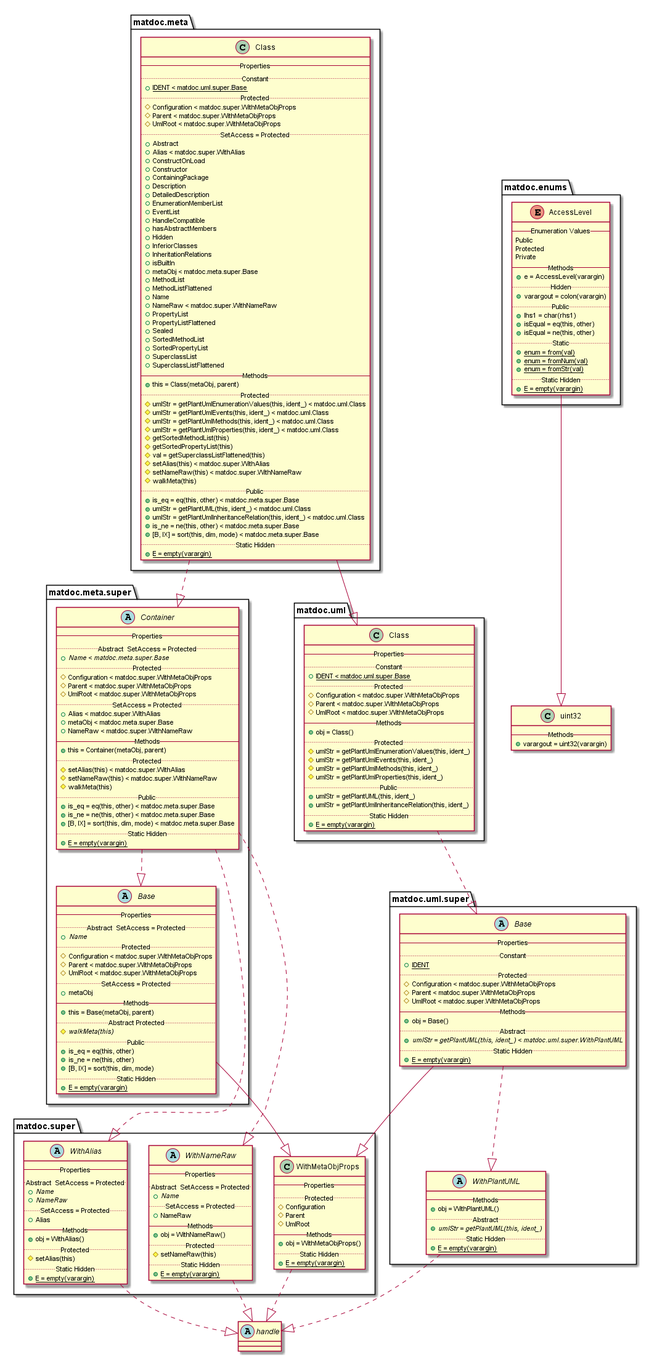
flxdot/matdoc keeps this PlantUML diagram as doc/uml-examples/export-class-HideEvents-true.png. Above is the earlier version.
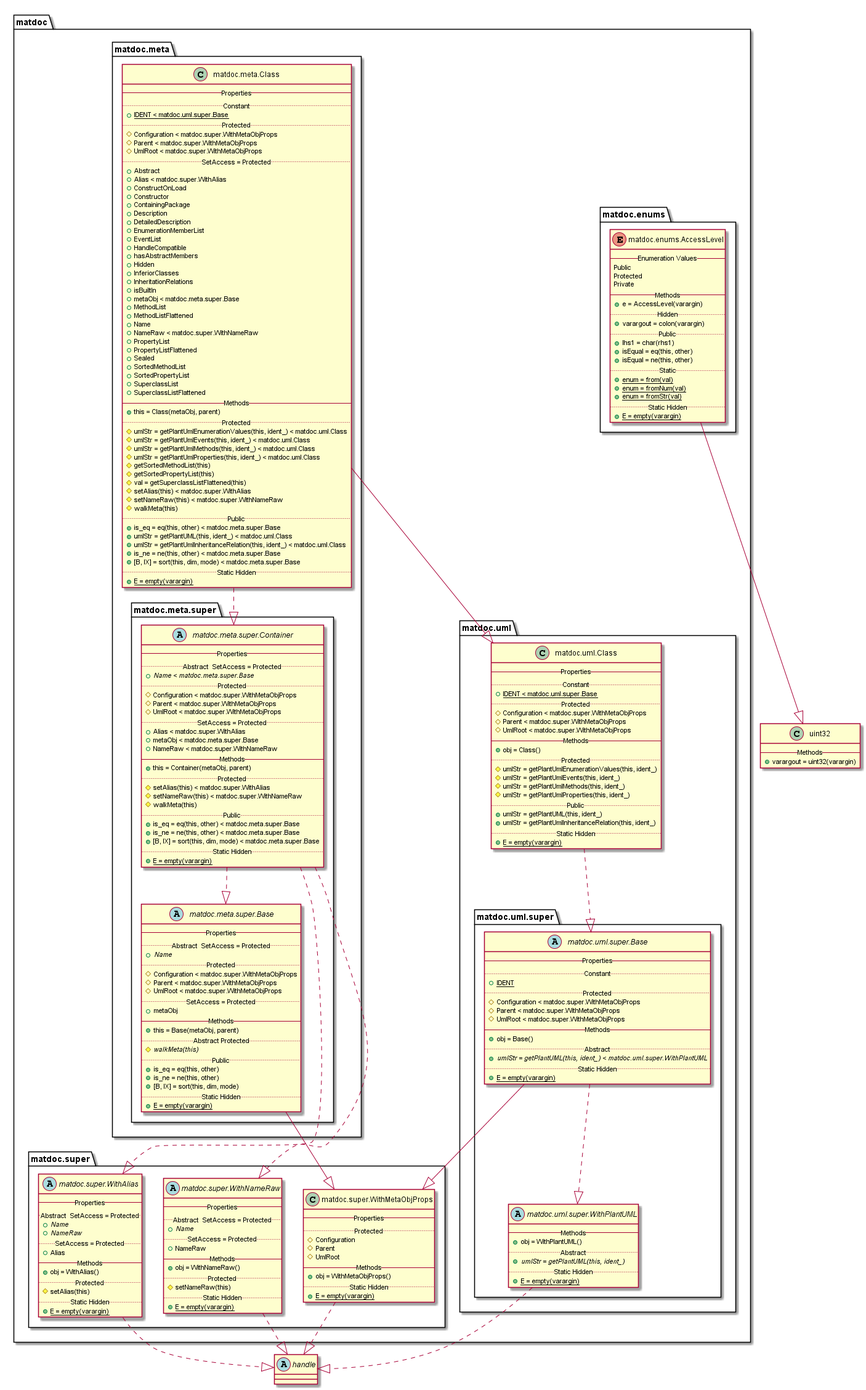
The same file after the commit.

Change to the diagram source:
```diff
@@ -1,227 +1,257 @@
 @startuml
 
+set namespaceSeparator none
+
 abstract class handle {
-}
-
-enum matdoc.enums.AccessLevel {
-   -- Enumeration Values --
-   Public
-   Protected
-   Private
-   -- Methods --
-   {method} + e = AccessLevel(varargin)
-   .. Hidden ..
-   {method} + varargout = colon(varargin)
-   .. Public ..
-   {method} + lhs1 = char(rhs1)
-   {method} + isEqual = eq(this, other)
-   {method} + isEqual = ne(this, other)
-   .. Static ..
-   {method} {static} + enum = from(val)
-   {method} {static} + enum = fromNum(val)
-   {method} {static} + enum = fromStr(val)
-   .. Static Hidden ..
-   {method} {static} + E = empty(varargin)
-}
-
-class matdoc.meta.Class {
-   -- Properties --
-   .. Constant ..
-   {field} {static} + IDENT < matdoc.uml.super.Base
-   .. Protected ..
-   {field} # Configuration < matdoc.super.WithMetaObjProps
-   {field} # Parent < matdoc.super.WithMetaObjProps
-   {field} # UmlRoot < matdoc.super.WithMetaObjProps
-   .. SetAccess = Protected ..
-   {field} + Abstract
-   {field} + Alias < matdoc.super.WithAlias
-   {field} + ConstructOnLoad
-   {field} + Constructor
-   {field} + ContainingPackage
-   {field} + Description
-   {field} + DetailedDescription
-   {field} + EnumerationMemberList
-   {field} + EventList
-   {field} + HandleCompatible
-   {field} + hasAbstractMembers
-   {field} + Hidden
-   {field} + InferiorClasses
-   {field} + InheritationRelations
-   {field} + isBuiltIn
-   {field} + metaObj < matdoc.meta.super.Base
-   {field} + MethodList
-   {field} + MethodListFlattened
-   {field} + Name
-   {field} + NameRaw < matdoc.super.WithNameRaw
-   {field} + PropertyList
-   {field} + PropertyListFlattened
-   {field} + Sealed
-   {field} + SortedMethodList
-   {field} + SortedPropertyList
-   {field} + SuperclassList
-   {field} + SuperclassListFlattened
-   -- Methods --
-   {method} + this = Class(metaObj, parent)
-   .. Protected ..
-   {method} # umlStr = getPlantUmlEnumerationValues(this, ident_) < matdoc.uml.Class
-   {method} # umlStr = getPlantUmlEvents(this, ident_) < matdoc.uml.Class
-   {method} # umlStr = getPlantUmlMethods(this, ident_) < matdoc.uml.Class
-   {method} # umlStr = getPlantUmlProperties(this, ident_) < matdoc.uml.Class
-   {method} # getSortedMethodList(this)
-   {method} # getSortedPropertyList(this)
-   {method} # val = getSuperclassListFlattened(this)
-   {method} # setAlias(this) < matdoc.super.WithAlias
-   {method} # setNameRaw(this) < matdoc.super.WithNameRaw
-   {method} # walkMeta(this)
-   .. Public ..
-   {method} + is_eq = eq(this, other) < matdoc.meta.super.Base
-   {method} + umlStr = getPlantUML(this, ident_) < matdoc.uml.Class
-   {method} + umlStr = getPlantUmlInheritanceRelation(this, ident_) < matdoc.uml.Class
-   {method} + is_ne = ne(this, other) < matdoc.meta.super.Base
-   {method} + [B, IX] = sort(this, dim, mode) < matdoc.meta.super.Base
-   .. Static Hidden ..
-   {method} {static} + E = empty(varargin)
-}
-
-abstract class matdoc.meta.super.Base {
-   -- Properties --
-   .. Abstract  SetAccess = Protected ..
-   {field} {abstract} + Name
-   .. Protected ..
-   {field} # Configuration < matdoc.super.WithMetaObjProps
-   {field} # Parent < matdoc.super.WithMetaObjProps
-   {field} # UmlRoot < matdoc.super.WithMetaObjProps
-   .. SetAccess = Protected ..
-   {field} + metaObj
-   -- Methods --
-   {method} + this = Base(metaObj, parent)
-   .. Abstract Protected ..
-   {method} {abstract} # walkMeta(this)
-   .. Public ..
-   {method} + is_eq = eq(this, other)
-   {method} + is_ne = ne(this, other)
-   {method} + [B, IX] = sort(this, dim, mode)
-   .. Static Hidden ..
-   {method} {static} + E = empty(varargin)
-}
-
-abstract class matdoc.meta.super.Container {
-   -- Properties --
-   .. Abstract  SetAccess = Protected ..
-   {field} {abstract} + Name < matdoc.meta.super.Base
-   .. Protected ..
-   {field} # Configuration < matdoc.super.WithMetaObjProps
-   {field} # Parent < matdoc.super.WithMetaObjProps
-   {field} # UmlRoot < matdoc.super.WithMetaObjProps
-   .. SetAccess = Protected ..
-   {field} + Alias < matdoc.super.WithAlias
-   {field} + metaObj < matdoc.meta.super.Base
-   {field} + NameRaw < matdoc.super.WithNameRaw
-   -- Methods --
-   {method} + this = Container(metaObj, parent)
-   .. Protected ..
-   {method} # setAlias(this) < matdoc.super.WithAlias
-   {method} # setNameRaw(this) < matdoc.super.WithNameRaw
-   {method} # walkMeta(this)
-   .. Public ..
-   {method} + is_eq = eq(this, other) < matdoc.meta.super.Base
-   {method} + is_ne = ne(this, other) < matdoc.meta.super.Base
-   {method} + [B, IX] = sort(this, dim, mode) < matdoc.meta.super.Base
-   .. Static Hidden ..
-   {method} {static} + E = empty(varargin)
-}
-
-abstract class matdoc.super.WithAlias {
-   -- Properties --
-   .. Abstract  SetAccess = Protected ..
-   {field} {abstract} + Name
-   {field} {abstract} + NameRaw
-   .. SetAccess = Protected ..
-   {field} + Alias
-   -- Methods --
-   {method} + obj = WithAlias()
-   .. Protected ..
-   {method} # setAlias(this)
-   .. Static Hidden ..
-   {method} {static} + E = empty(varargin)
-}
-
-class matdoc.super.WithMetaObjProps {
-   -- Properties --
-   .. Protected ..
-   {field} # Configuration
-   {field} # Parent
-   {field} # UmlRoot
-   -- Methods --
-   {method} + obj = WithMetaObjProps()
-   .. Static Hidden ..
-   {method} {static} + E = empty(varargin)
-}
-
-abstract class matdoc.super.WithNameRaw {
-   -- Properties --
-   .. Abstract  SetAccess = Protected ..
-   {field} {abstract} + Name
-   .. SetAccess = Protected ..
-   {field} + NameRaw
-   -- Methods --
-   {method} + obj = WithNameRaw()
-   .. Protected ..
-   {method} # setNameRaw(this)
-   .. Static Hidden ..
-   {method} {static} + E = empty(varargin)
-}
-
-class matdoc.uml.Class {
-   -- Properties --
-   .. Constant ..
-   {field} {static} + IDENT < matdoc.uml.super.Base
-   .. Protected ..
-   {field} # Configuration < matdoc.super.WithMetaObjProps
-   {field} # Parent < matdoc.super.WithMetaObjProps
-   {field} # UmlRoot < matdoc.super.WithMetaObjProps
-   -- Methods --
-   {method} + obj = Class()
-   .. Protected ..
-   {method} # umlStr = getPlantUmlEnumerationValues(this, ident_)
-   {method} # umlStr = getPlantUmlEvents(this, ident_)
-   {method} # umlStr = getPlantUmlMethods(this, ident_)
-   {method} # umlStr = getPlantUmlProperties(this, ident_)
-   .. Public ..
-   {method} + umlStr = getPlantUML(this, ident_)
-   {method} + umlStr = getPlantUmlInheritanceRelation(this, ident_)
-   .. Static Hidden ..
-   {method} {static} + E = empty(varargin)
-}
-
-abstract class matdoc.uml.super.Base {
-   -- Properties --
-   .. Constant ..
-   {field} {static} + IDENT
-   .. Protected ..
-   {field} # Configuration < matdoc.super.WithMetaObjProps
-   {field} # Parent < matdoc.super.WithMetaObjProps
-   {field} # UmlRoot < matdoc.super.WithMetaObjProps
-   -- Methods --
-   {method} + obj = Base()
-   .. Abstract ..
-   {method} {abstract} + umlStr = getPlantUML(this, ident_) < matdoc.uml.super.WithPlantUML
-   .. Static Hidden ..
-   {method} {static} + E = empty(varargin)
-}
-
-abstract class matdoc.uml.super.WithPlantUML {
-   -- Methods --
-   {method} + obj = WithPlantUML()
-   .. Abstract ..
-   {method} {abstract} + umlStr = getPlantUML(this, ident_)
-   .. Static Hidden ..
-   {method} {static} + E = empty(varargin)
 }
 
 class uint32 {
    -- Methods --
    {method} + varargout = uint32(varargin)
+}
+
+package matdoc {
+
+   package matdoc.enums {
+
+      enum matdoc.enums.AccessLevel {
+         -- Enumeration Values --
+         Public
+         Protected
+         Private
+         -- Methods --
+         {method} + e = AccessLevel(varargin)
+         .. Hidden ..
+         {method} + varargout = colon(varargin)
+         .. Public ..
+         {method} + lhs1 = char(rhs1)
+         {method} + isEqual = eq(this, other)
+         {method} + isEqual = ne(this, other)
+         .. Static ..
+         {method} {static} + enum = from(val)
+         {method} {static} + enum = fromNum(val)
+         {method} {static} + enum = fromStr(val)
+         .. Static Hidden ..
+         {method} {static} + E = empty(varargin)
+      }
+
+   }
+
+   package matdoc.meta {
+
+      class matdoc.meta.Class {
+         -- Properties --
+         .. Constant ..
+         {field} {static} + IDENT < matdoc.uml.super.Base
+         .. Protected ..
+         {field} # Configuration < matdoc.super.WithMetaObjProps
+         {field} # Parent < matdoc.super.WithMetaObjProps
+         {field} # UmlRoot < matdoc.super.WithMetaObjProps
+         .. SetAccess = Protected ..
+         {field} + Abstract
+         {field} + Alias < matdoc.super.WithAlias
+         {field} + ConstructOnLoad
+         {field} + Constructor
+         {field} + ContainingPackage
+         {field} + Description
+         {field} + DetailedDescription
+         {field} + EnumerationMemberList
+         {field} + EventList
+         {field} + HandleCompatible
+         {field} + hasAbstractMembers
+         {field} + Hidden
+         {field} + InferiorClasses
+         {field} + InheritationRelations
+         {field} + isBuiltIn
+         {field} + metaObj < matdoc.meta.super.Base
+         {field} + MethodList
+         {field} + MethodListFlattened
+         {field} + Name
+         {field} + NameRaw < matdoc.super.WithNameRaw
+         {field} + PropertyList
+         {field} + PropertyListFlattened
+         {field} + Sealed
+         {field} + SortedMethodList
+         {field} + SortedPropertyList
+         {field} + SuperclassList
+         {field} + SuperclassListFlattened
+         -- Methods --
+         {method} + this = Class(metaObj, parent)
+         .. Protected ..
+         {method} # umlStr = getPlantUmlEnumerationValues(this, ident_) < matdoc.uml.Class
+         {method} # umlStr = getPlantUmlEvents(this, ident_) < matdoc.uml.Class
+         {method} # umlStr = getPlantUmlMethods(this, ident_) < matdoc.uml.Class
+         {method} # umlStr = getPlantUmlProperties(this, ident_) < matdoc.uml.Class
+         {method} # getSortedMethodList(this)
+         {method} # getSortedPropertyList(this)
+         {method} # val = getSuperclassListFlattened(this)
+         {method} # setAlias(this) < matdoc.super.WithAlias
+         {method} # setNameRaw(this) < matdoc.super.WithNameRaw
+         {method} # walkMeta(this)
+         .. Public ..
+         {method} + is_eq = eq(this, other) < matdoc.meta.super.Base
+         {method} + umlStr = getPlantUML(this, ident_) < matdoc.uml.Class
+         {method} + umlStr = getPlantUmlInheritanceRelation(this, ident_) < matdoc.uml.Class
+         {method} + is_ne = ne(this, other) < matdoc.meta.super.Base
+         {method} + [B, IX] = sort(this, dim, mode) < matdoc.meta.super.Base
+         .. Static Hidden ..
+         {method} {static} + E = empty(varargin)
+      }
+
+      package matdoc.meta.super {
+
+         abstract class matdoc.meta.super.Base {
+            -- Properties --
+            .. Abstract  SetAccess = Protected ..
+            {field} {abstract} + Name
+            .. Protected ..
+            {field} # Configuration < matdoc.super.WithMetaObjProps
+            {field} # Parent < matdoc.super.WithMetaObjProps
+            {field} # UmlRoot < matdoc.super.WithMetaObjProps
+            .. SetAccess = Protected ..
+            {field} + metaObj
+            -- Methods --
+            {method} + this = Base(metaObj, parent)
+            .. Abstract Protected ..
+            {method} {abstract} # walkMeta(this)
+            .. Public ..
+            {method} + is_eq = eq(this, other)
+            {method} + is_ne = ne(this, other)
+            {method} + [B, IX] = sort(this, dim, mode)
+            .. Static Hidden ..
+            {method} {static} + E = empty(varargin)
+         }
+
+         abstract class matdoc.meta.super.Container {
+            -- Properties --
+            .. Abstract  SetAccess = Protected ..
+            {field} {abstract} + Name < matdoc.meta.super.Base
+            .. Protected ..
+            {field} # Configuration < matdoc.super.WithMetaObjProps
+            {field} # Parent < matdoc.super.WithMetaObjProps
+            {field} # UmlRoot < matdoc.super.WithMetaObjProps
+            .. SetAccess = Protected ..
+            {field} + Alias < matdoc.super.WithAlias
+            {field} + metaObj < matdoc.meta.super.Base
+            {field} + NameRaw < matdoc.super.WithNameRaw
+            -- Methods --
+            {method} + this = Container(metaObj, parent)
+            .. Protected ..
+            {method} # setAlias(this) < matdoc.super.WithAlias
+            {method} # setNameRaw(this) < matdoc.super.WithNameRaw
+            {method} # walkMeta(this)
+            .. Public ..
+            {method} + is_eq = eq(this, other) < matdoc.meta.super.Base
+            {method} + is_ne = ne(this, other) < matdoc.meta.super.Base
+            {method} + [B, IX] = sort(this, dim, mode) < matdoc.meta.super.Base
+            .. Static Hidden ..
+            {method} {static} + E = empty(varargin)
+         }
+
+      }
+
+   }
+
+   package matdoc.super {
+
+      abstract class matdoc.super.WithAlias {
+         -- Properties --
+         .. Abstract  SetAccess = Protected ..
+         {field} {abstract} + Name
+         {field} {abstract} + NameRaw
+         .. SetAccess = Protected ..
+         {field} + Alias
+         -- Methods --
+         {method} + obj = WithAlias()
+         .. Protected ..
+         {method} # setAlias(this)
+         .. Static Hidden ..
+         {method} {static} + E = empty(varargin)
+      }
+
+      class matdoc.super.WithMetaObjProps {
+         -- Properties --
+         .. Protected ..
+         {field} # Configuration
+         {field} # Parent
+         {field} # UmlRoot
+         -- Methods --
+         {method} + obj = WithMetaObjProps()
+         .. Static Hidden ..
+         {method} {static} + E = empty(varargin)
+      }
+
+      abstract class matdoc.super.WithNameRaw {
+         -- Properties --
+         .. Abstract  SetAccess = Protected ..
+         {field} {abstract} + Name
+         .. SetAccess = Protected ..
+         {field} + NameRaw
+         -- Methods --
+         {method} + obj = WithNameRaw()
+         .. Protected ..
+         {method} # setNameRaw(this)
+         .. Static Hidden ..
+         {method} {static} + E = empty(varargin)
+      }
+
+   }
+
+   package matdoc.uml {
+
+      class matdoc.uml.Class {
+         -- Properties --
+         .. Constant ..
+         {field} {static} + IDENT < matdoc.uml.super.Base
+         .. Protected ..
+         {field} # Configuration < matdoc.super.WithMetaObjProps
+         {field} # Parent < matdoc.super.WithMetaObjProps
+         {field} # UmlRoot < matdoc.super.WithMetaObjProps
+         -- Methods --
+         {method} + obj = Class()
+         .. Protected ..
+         {method} # umlStr = getPlantUmlEnumerationValues(this, ident_)
+         {method} # umlStr = getPlantUmlEvents(this, ident_)
+         {method} # umlStr = getPlantUmlMethods(this, ident_)
+         {method} # umlStr = getPlantUmlProperties(this, ident_)
+         .. Public ..
+         {method} + umlStr = getPlantUML(this, ident_)
+         {method} + umlStr = getPlantUmlInheritanceRelation(this, ident_)
+         .. Static Hidden ..
+         {method} {static} + E = empty(varargin)
+      }
+
+      package matdoc.uml.super {
+
+         abstract class matdoc.uml.super.Base {
+            -- Properties --
+            .. Constant ..
+            {field} {static} + IDENT
+            .. Protected ..
+            {field} # Configuration < matdoc.super.WithMetaObjProps
+            {field} # Parent < matdoc.super.WithMetaObjProps
+            {field} # UmlRoot < matdoc.super.WithMetaObjProps
+            -- Methods --
+            {method} + obj = Base()
+            .. Abstract ..
+            {method} {abstract} + umlStr = getPlantUML(this, ident_) < matdoc.uml.super.WithPlantUML
+            .. Static Hidden ..
+            {method} {static} + E = empty(varargin)
+         }
+
+         abstract class matdoc.uml.super.WithPlantUML {
+            -- Methods --
+            {method} + obj = WithPlantUML()
+            .. Abstract ..
+            {method} {abstract} + umlStr = getPlantUML(this, ident_)
+            .. Static Hidden ..
+            {method} {static} + E = empty(varargin)
+         }
+
+      }
+
+   }
+
 }
 
 
@@ -240,5 +270,4 @@
 matdoc.uml.super.Base ..|> matdoc.uml.super.WithPlantUML
 matdoc.uml.super.WithPlantUML ..|> handle
 
-
 @enduml
```
